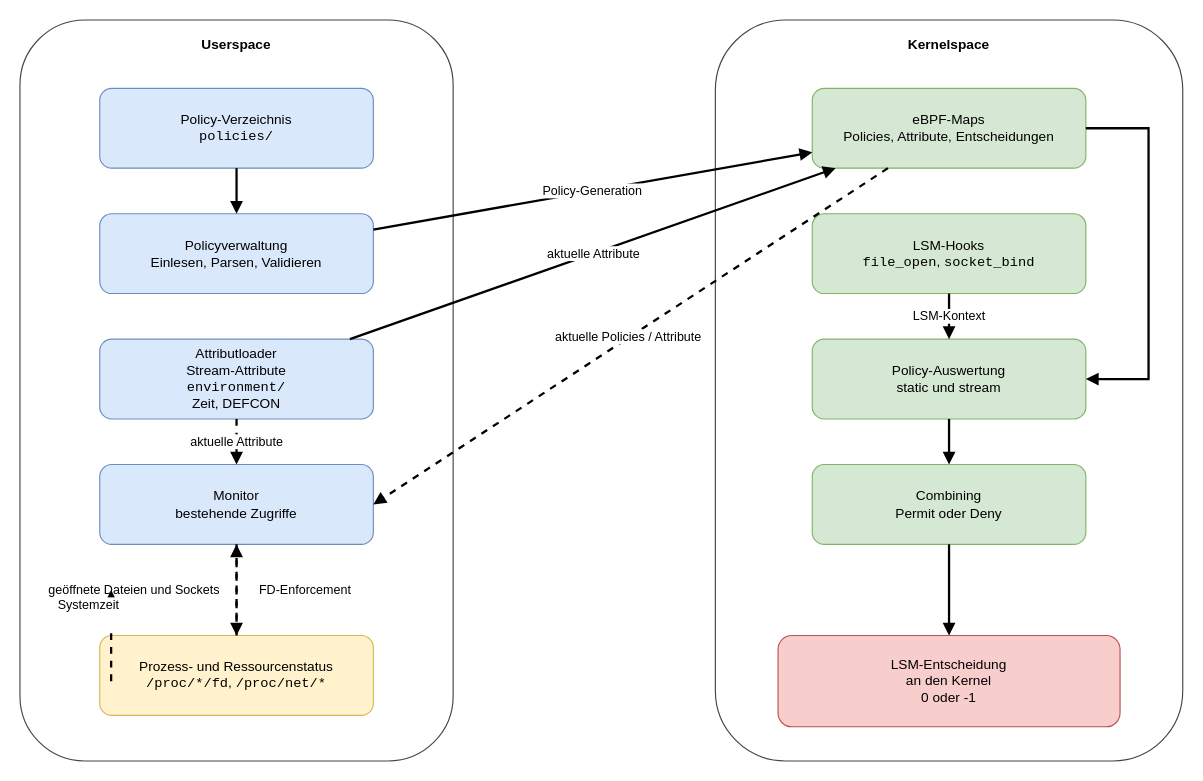
Above: thesis/architecture.drawio in KchChr/tails-pdp (draw.io), before the change. Source tidied: cells renumbered, new cells numbered last; positions are measured from the earlier drawing's top-left corner, leaving out a move shared by most shapes. Both pictures are drawn from the tidied source at 114%, with x=0, y=0 at pixel (19, 19).
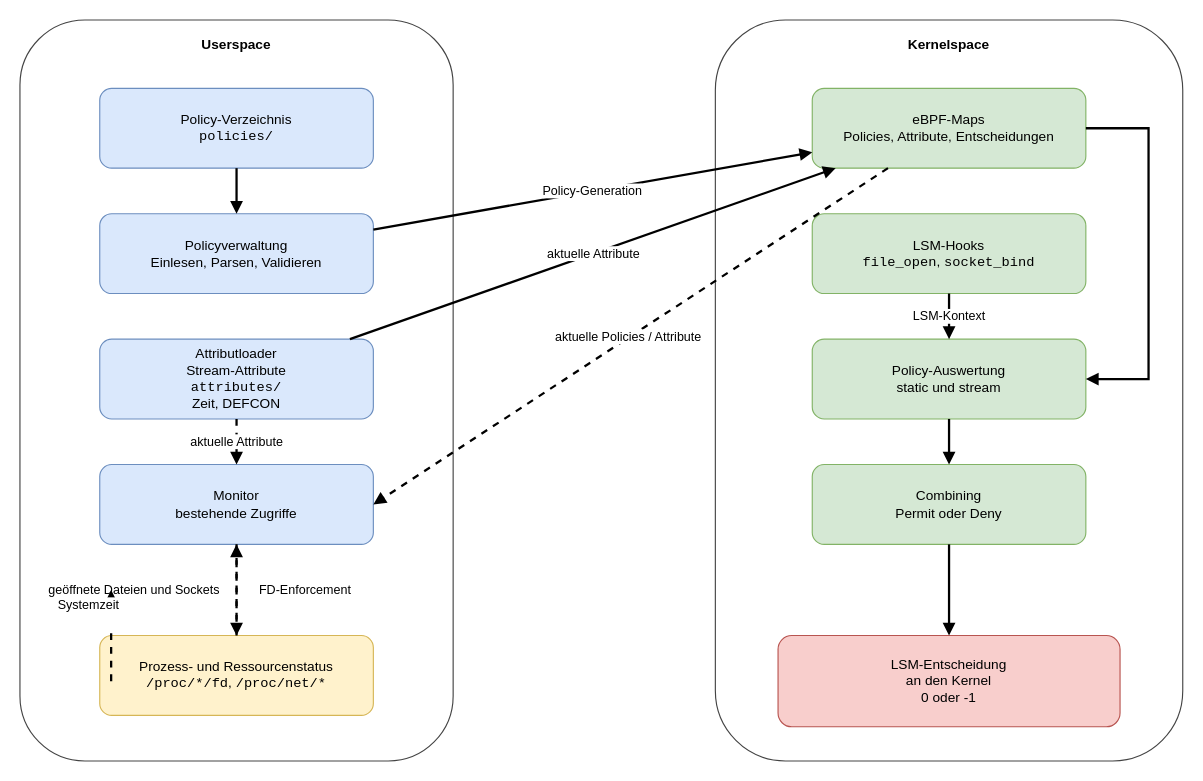
Above is the later version.

Diff of the diagram source:
```diff
@@
-    <mxCell id="6" value="&lt;div&gt;Attributloader&lt;/div&gt;Stream-Attribute&lt;div&gt;&lt;span style=&quot;font-family: &amp;quot;Courier New&amp;quot;;&quot;&gt;environment/&lt;/span&gt;&lt;br&gt;Zeit, DEFCON&lt;/div&gt;" style="rounded=1;whiteSpace=wrap;html=1;fillColor=#dae8fc;strokeColor=#6c8ebf;" parent="1" vertex="1">
+    <mxCell id="6" value="&lt;div&gt;Attributloader&lt;/div&gt;Stream-Attribute&lt;div&gt;&lt;span style=&quot;font-family: &amp;quot;Courier New&amp;quot;;&quot;&gt;attributes/&lt;/span&gt;&lt;br&gt;Zeit, DEFCON&lt;/div&gt;" style="rounded=1;whiteSpace=wrap;html=1;fillColor=#dae8fc;strokeColor=#6c8ebf;" parent="1" vertex="1">
       <mxGeometry x="70" y="280" width="240" height="70" as="geometry" />
     </mxCell>
```
